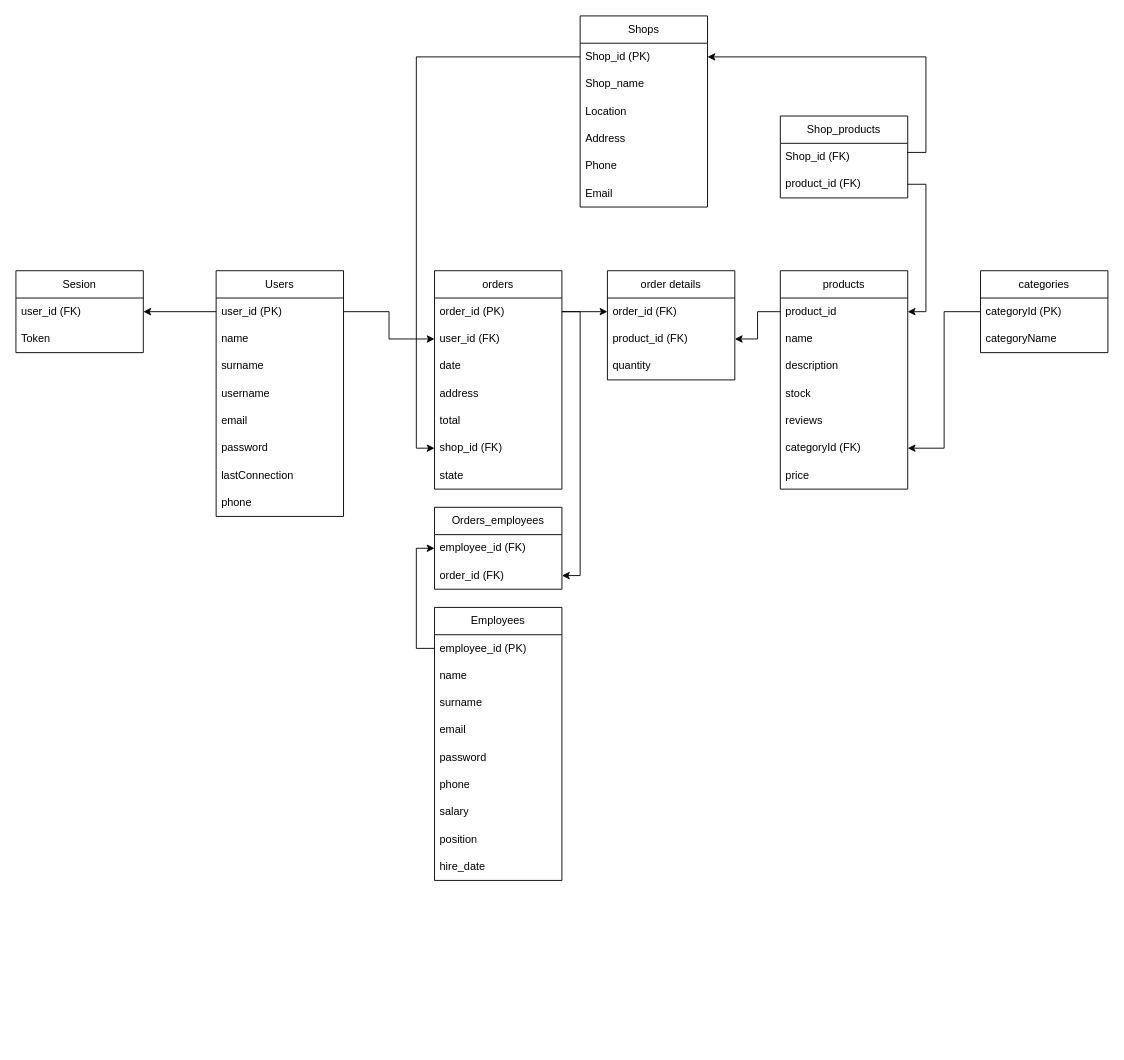
The draw.io diagram page "Página-2" (1 of 2) of modelo_DDBB.drawio in Rakions/proyecto-final, before the edit. Source tidied: cells renumbered, new cells numbered last; positions are measured from the earlier drawing's top-left corner, leaving out a move shared by most shapes. Both pictures are drawn from the tidied source at 91%, with x=0, y=0 at pixel (15, 15).
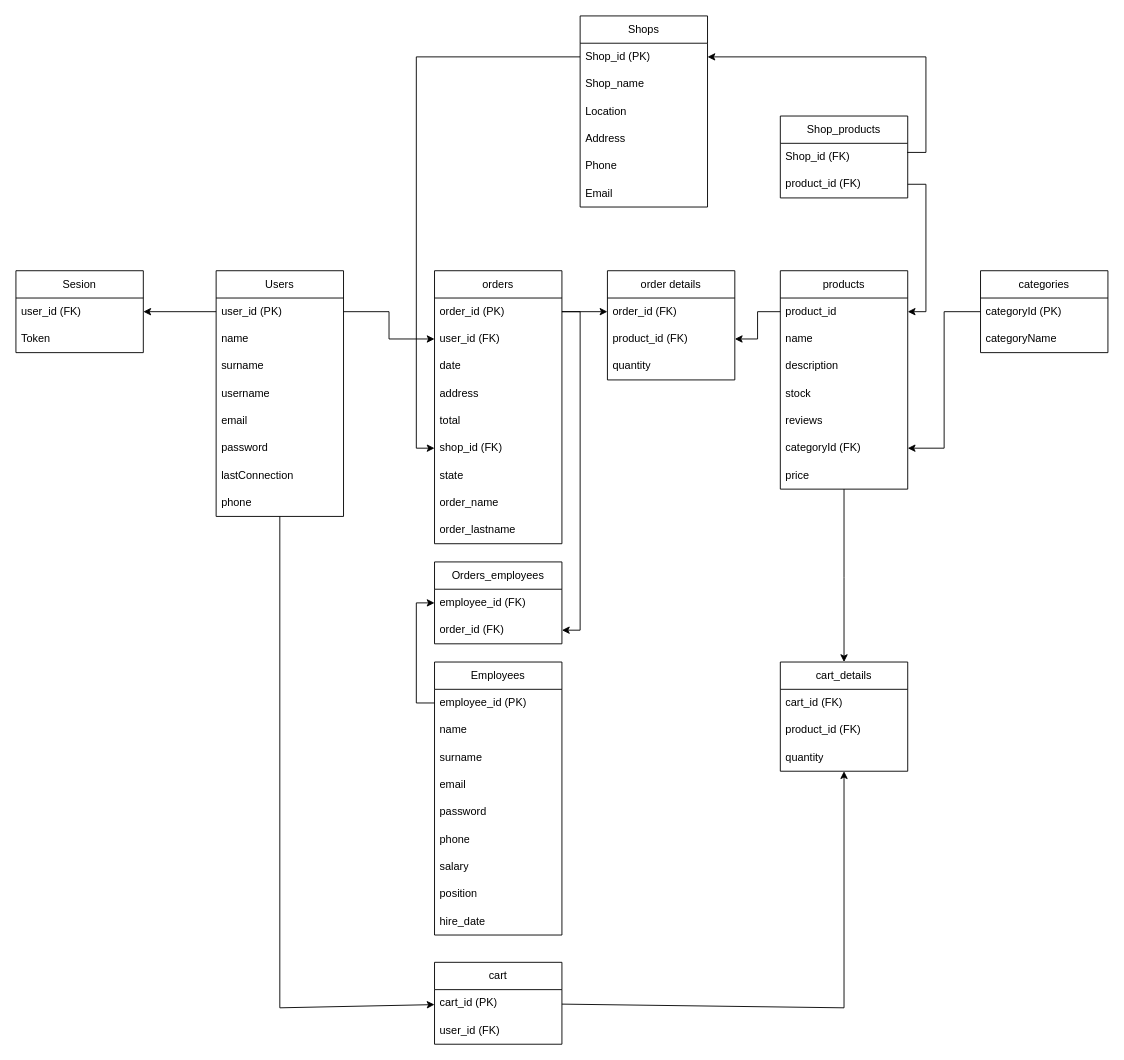
The same diagram, later.

Unchanged cells that the change refers to:
```xml
<mxCell id="2" value="Users" style="swimlane;fontStyle=0;horizontal=1;startSize=30;whiteSpace=wrap;html=1;" parent="1" vertex="1">
  <mxGeometry x="220" y="280" width="140" height="270" as="geometry" />
</mxCell>
<mxCell id="11" value="products" style="swimlane;fontStyle=0;horizontal=1;startSize=30;whiteSpace=wrap;html=1;" parent="1" vertex="1">
  <mxGeometry x="840" y="280" width="140" height="240" as="geometry" />
</mxCell>
<mxCell id="20" value="order_id (PK)" style="text;strokeColor=none;fillColor=none;align=left;verticalAlign=middle;spacingLeft=4;spacingRight=4;overflow=hidden;points=[[0,0.5],[1,0.5]];portConstraint=eastwest;whiteSpace=wrap;html=1;" parent="19" vertex="1">
  <mxGeometry y="30" width="140" height="30" as="geometry" />
</mxCell>
<mxCell id="50" value="order_id (FK)" style="text;strokeColor=none;fillColor=none;align=left;verticalAlign=middle;spacingLeft=4;spacingRight=4;overflow=hidden;points=[[0,0.5],[1,0.5]];portConstraint=eastwest;whiteSpace=wrap;html=1;" parent="48" vertex="1">
  <mxGeometry y="60" width="140" height="30" as="geometry" />
</mxCell>
```

Diff of the diagram source:
```diff
@@
+    <mxCell id="70" style="edgeStyle=none;html=1;rounded=0;" parent="1" edge="1" source="2" target="75">
+      <mxGeometry relative="1" as="geometry">
+        <Array as="points">
+          <mxPoint x="290" y="1090" />
+        </Array>
+      </mxGeometry>
+    </mxCell>
@@
+    <mxCell id="71" style="edgeStyle=none;html=1;rounded=0;" parent="1" edge="1" source="11" target="78">
+      <mxGeometry relative="1" as="geometry">
+        <Array as="points">
+          <mxPoint x="910" y="617" />
+        </Array>
+      </mxGeometry>
+    </mxCell>
@@
     <mxCell id="19" value="orders" style="swimlane;fontStyle=0;horizontal=1;startSize=30;whiteSpace=wrap;html=1;" parent="1" vertex="1">
-      <mxGeometry x="460" y="280" width="140" height="240" as="geometry" />
+      <mxGeometry x="460" y="280" width="140" height="300" as="geometry" />
     </mxCell>
@@
+    <mxCell id="72" value="order_name" style="text;strokeColor=none;fillColor=none;align=left;verticalAlign=middle;spacingLeft=4;spacingRight=4;overflow=hidden;whiteSpace=wrap;html=1;" parent="19" vertex="1">
+      <mxGeometry y="240" width="140" height="30" as="geometry" />
+    </mxCell>
+    <mxCell id="73" value="order_lastname" style="text;strokeColor=none;fillColor=none;align=left;verticalAlign=middle;spacingLeft=4;spacingRight=4;overflow=hidden;whiteSpace=wrap;html=1;" parent="19" vertex="1">
+      <mxGeometry y="270" width="140" height="30" as="geometry" />
+    </mxCell>
@@
     <mxCell id="38" value="Employees" style="swimlane;fontStyle=0;horizontal=1;startSize=30;whiteSpace=wrap;html=1;" parent="1" vertex="1">
-      <mxGeometry x="460" y="650" width="140" height="300" as="geometry" />
+      <mxGeometry x="460" y="710" width="140" height="300" as="geometry" />
     </mxCell>
@@
     <mxCell id="48" value="Orders_employees" style="swimlane;fontStyle=0;horizontal=1;startSize=30;whiteSpace=wrap;html=1;" parent="1" vertex="1">
-      <mxGeometry x="460" y="540" width="140" height="90" as="geometry" />
+      <mxGeometry x="460" y="600" width="140" height="90" as="geometry" />
     </mxCell>
@@
     <mxCell id="52" style="edgeStyle=orthogonalEdgeStyle;rounded=0;jettySize=auto;html=1;exitX=1;exitY=0.5;exitDx=0;exitDy=0;entryX=1;entryY=0.5;entryDx=0;entryDy=0;" parent="1" edge="1" source="20" target="50">
-      <mxGeometry relative="1" as="geometry" />
+      <mxGeometry relative="1" as="geometry">
+        <Array as="points">
+          <mxPoint x="620" y="325" />
+          <mxPoint x="620" y="675" />
+        </Array>
+      </mxGeometry>
     </mxCell>
@@
+    <mxCell id="74" style="edgeStyle=none;rounded=0;html=1;" parent="1" edge="1" source="75" target="78">
+      <mxGeometry relative="1" as="geometry">
+        <Array as="points">
+          <mxPoint x="910" y="1090" />
+        </Array>
+      </mxGeometry>
+    </mxCell>
+    <mxCell id="75" value="cart" style="swimlane;fontStyle=0;horizontal=1;startSize=30;whiteSpace=wrap;html=1;" parent="1" vertex="1">
+      <mxGeometry x="460" y="1040" width="140" height="90" as="geometry" />
+    </mxCell>
+    <mxCell id="76" value="cart_id (PK)" style="text;strokeColor=none;fillColor=none;align=left;verticalAlign=middle;spacingLeft=4;spacingRight=4;overflow=hidden;whiteSpace=wrap;html=1;" parent="75" vertex="1">
+      <mxGeometry y="30" width="140" height="30" as="geometry" />
+    </mxCell>
+    <mxCell id="77" value="user_id (FK)" style="text;strokeColor=none;fillColor=none;align=left;verticalAlign=middle;spacingLeft=4;spacingRight=4;overflow=hidden;whiteSpace=wrap;html=1;" parent="75" vertex="1">
+      <mxGeometry y="60" width="140" height="30" as="geometry" />
+    </mxCell>
+    <mxCell id="78" value="cart_details" style="swimlane;fontStyle=0;horizontal=1;startSize=30;whiteSpace=wrap;html=1;" parent="1" vertex="1">
+      <mxGeometry x="840" y="710" width="140" height="120" as="geometry" />
+    </mxCell>
+    <mxCell id="79" value="cart_id (FK)" style="text;strokeColor=none;fillColor=none;align=left;verticalAlign=middle;spacingLeft=4;spacingRight=4;overflow=hidden;whiteSpace=wrap;html=1;" parent="78" vertex="1">
+      <mxGeometry y="30" width="140" height="30" as="geometry" />
+    </mxCell>
+    <mxCell id="80" value="product_id (FK)" style="text;strokeColor=none;fillColor=none;align=left;verticalAlign=middle;spacingLeft=4;spacingRight=4;overflow=hidden;whiteSpace=wrap;html=1;" parent="78" vertex="1">
+      <mxGeometry y="60" width="140" height="30" as="geometry" />
+    </mxCell>
+    <mxCell id="81" value="quantity" style="text;strokeColor=none;fillColor=none;align=left;verticalAlign=middle;spacingLeft=4;spacingRight=4;overflow=hidden;whiteSpace=wrap;html=1;" parent="78" vertex="1">
+      <mxGeometry y="90" width="140" height="30" as="geometry" />
+    </mxCell>
```
